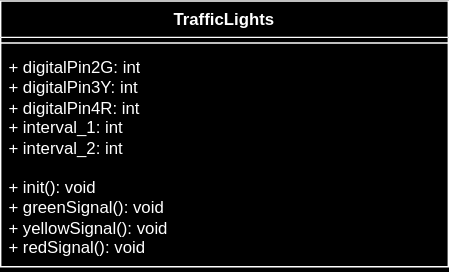
Above: diagrams/ClassDiagram.drawio.svg in SamRB-dev/Traffic_Light_System (draw.io), before the change. Source tidied: cells renumbered, new cells last; positions are measured from the earlier drawing's top-left corner, leaving out a move shared by most shapes.
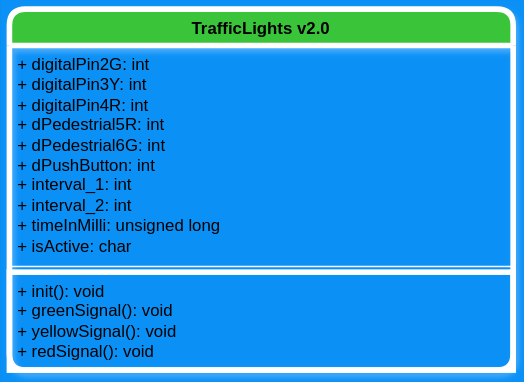
After the commit.

Diff of the diagram source:
```diff
@@ -1,18 +1,18 @@
-<mxGraphModel>
+<mxGraphModel background="#1499FF">
   <root>
     <mxCell id="0" />
     <mxCell id="1" parent="0" />
-    <mxCell id="2" value="TrafficLights" style="swimlane;fontStyle=1;align=center;verticalAlign=top;horizontal=1;startSize=26;whiteSpace=wrap;html=1;" parent="1" vertex="1">
-      <mxGeometry width="320" height="190" as="geometry" />
+    <mxCell id="2" value="&lt;div&gt;TrafficLights v2.0&lt;/div&gt;" style="swimlane;fontStyle=1;align=center;verticalAlign=top;horizontal=1;startSize=26;whiteSpace=wrap;html=1;labelBackgroundColor=none;fillColor=#008a00;fontColor=#ffffff;strokeColor=default;strokeWidth=4;perimeterSpacing=0;rounded=1;glass=0;shadow=1;" parent="1" vertex="1">
+      <mxGeometry width="360" height="258" as="geometry" />
     </mxCell>
+    <mxCell id="4" value="&lt;div&gt;+ digitalPin2G: int&lt;/div&gt;&lt;div&gt;+ digitalPin3Y: int&lt;/div&gt;&lt;div&gt;+ digitalPin4R: int&lt;/div&gt;&lt;div&gt;+ dPedestrial5R: int&lt;/div&gt;&lt;div&gt;+ dPedestrial6G: int&lt;/div&gt;&lt;div&gt;+ dPushButton: int&lt;br&gt;&lt;/div&gt;&lt;div&gt;+ interval_1: int&lt;/div&gt;&lt;div&gt;+ interval_2: int&lt;/div&gt;&lt;div&gt;+ timeInMilli: unsigned long&lt;/div&gt;&lt;div&gt;+ isActive: char&lt;br&gt;&lt;/div&gt;&lt;div&gt;&lt;br&gt;&lt;/div&gt;" style="text;strokeColor=none;fillColor=none;align=left;verticalAlign=top;spacingLeft=4;spacingRight=4;overflow=hidden;whiteSpace=wrap;html=1;strokeWidth=5;rounded=0;glass=0;fontColor=#FFFFFF;" parent="2" vertex="1">
+      <mxGeometry y="26" width="360" height="154" as="geometry" />
+    </mxCell>
     <mxCell id="3" style="line;strokeWidth=1;fillColor=none;align=left;verticalAlign=middle;spacingTop=-1;spacingLeft=3;spacingRight=3;labelPosition=right;strokeColor=inherit;" parent="2" vertex="1">
-      <mxGeometry y="26" width="320" height="8" as="geometry" />
+      <mxGeometry y="180" width="360" height="8" as="geometry" />
     </mxCell>
-    <mxCell id="4" value="&lt;div&gt;+ digitalPin2G: int&lt;/div&gt;&lt;div&gt;+ digitalPin3Y: int&lt;/div&gt;&lt;div&gt;+ digitalPin4R: int&lt;/div&gt;&lt;div&gt;+ interval_1: int&lt;/div&gt;&lt;div&gt;+ interval_2: int&lt;br&gt;&lt;/div&gt;&lt;div&gt;&lt;br&gt;&lt;/div&gt;" style="text;strokeColor=none;fillColor=none;align=left;verticalAlign=top;spacingLeft=4;spacingRight=4;overflow=hidden;whiteSpace=wrap;html=1;strokeWidth=5;" parent="2" vertex="1">
-      <mxGeometry y="34" width="320" height="86" as="geometry" />
-    </mxCell>
-    <mxCell id="5" value="&lt;div&gt;+ init(): void&lt;/div&gt;&lt;div&gt;+ greenSignal(): void&lt;/div&gt;&lt;div&gt;+ yellowSignal(): void&lt;/div&gt;&lt;div&gt;+ redSignal(): void&lt;br&gt;&lt;/div&gt;" style="text;strokeColor=none;fillColor=none;align=left;verticalAlign=top;spacingLeft=4;spacingRight=4;overflow=hidden;whiteSpace=wrap;html=1;" parent="2" vertex="1">
-      <mxGeometry y="120" width="320" height="70" as="geometry" />
+    <mxCell id="5" value="&lt;div&gt;+ init(): void&lt;/div&gt;&lt;div&gt;+ greenSignal(): void&lt;/div&gt;&lt;div&gt;+ yellowSignal(): void&lt;/div&gt;&lt;div&gt;+ redSignal(): void&lt;br&gt;&lt;/div&gt;" style="text;strokeColor=default;fillColor=none;align=left;verticalAlign=top;spacingLeft=4;spacingRight=4;overflow=hidden;whiteSpace=wrap;html=1;labelBorderColor=none;strokeWidth=4;fontColor=#FFFFFF;" parent="2" vertex="1">
+      <mxGeometry y="188" width="360" height="70" as="geometry" />
     </mxCell>
   </root>
 </mxGraphModel>
```
